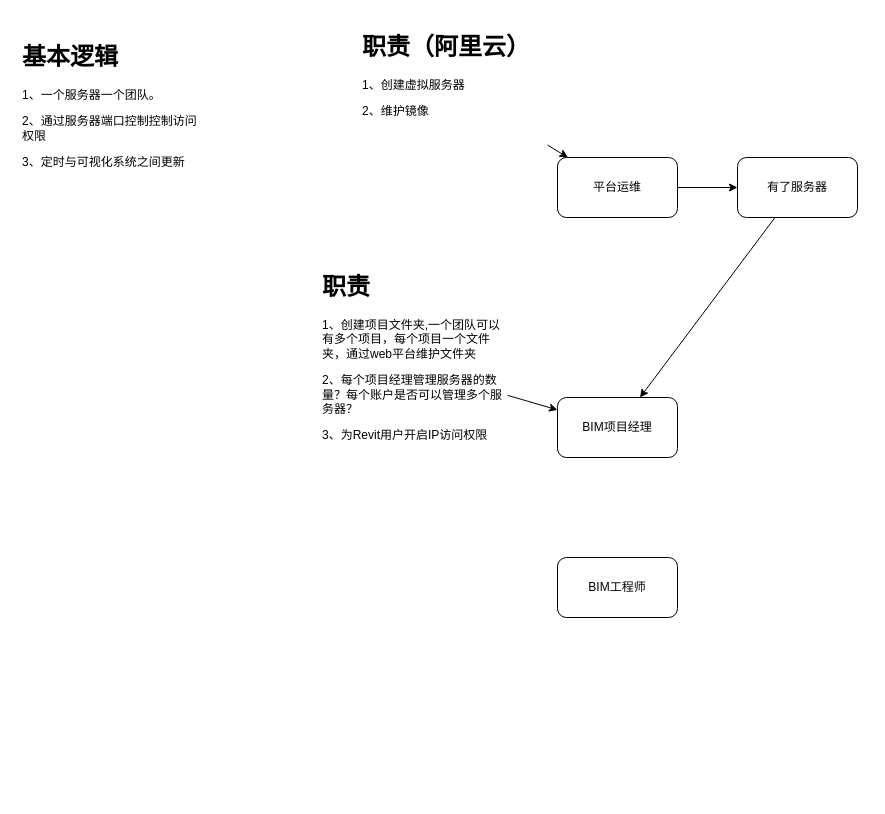
Earlier version of the draw.io diagram RevitServer+Forge管理.drawio (gaochaowyq/MinderGraph). Source tidied: cells renumbered, new cells numbered last; positions are measured from the earlier drawing's top-left corner, leaving out a move shared by most shapes. Both pictures are drawn from the tidied source at 100%, with x=0, y=0 at pixel (17, 27).
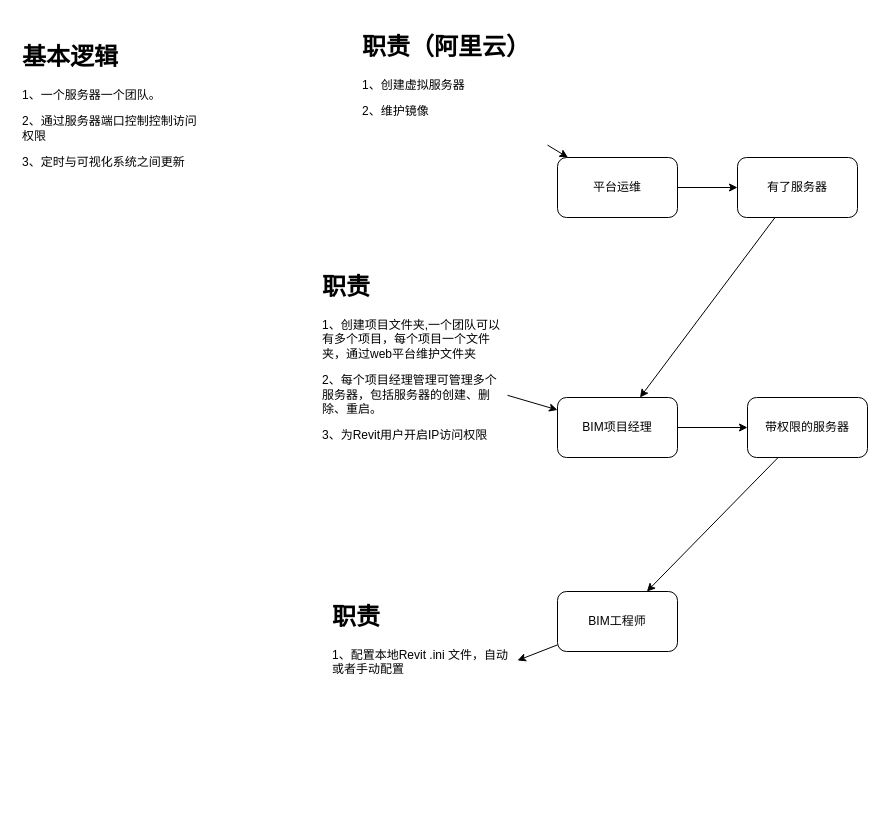
The same diagram, later.

The edit, as a diff of the source:
```diff
@@
 <mxGraphModel>
   <root>
     <mxCell id="0" />
     <mxCell id="1" parent="0" />
+    <mxCell id="13" style="edgeStyle=orthogonalEdgeStyle;rounded=0;jettySize=auto;html=1;" parent="1" edge="1" source="2" target="16">
+      <mxGeometry relative="1" as="geometry" />
+    </mxCell>
     <mxCell id="2" value="BIM项目经理" style="rounded=1;whiteSpace=wrap;html=1;" parent="1" vertex="1">
       <mxGeometry x="540" y="370" width="120" height="60" as="geometry" />
     </mxCell>
+    <mxCell id="14" style="rounded=0;jettySize=auto;html=1;" parent="1" edge="1" source="3" target="17">
+      <mxGeometry relative="1" as="geometry" />
+    </mxCell>
     <mxCell id="3" value="BIM工程师" style="rounded=1;whiteSpace=wrap;html=1;" parent="1" vertex="1">
-      <mxGeometry x="540" y="530" width="120" height="60" as="geometry" />
+      <mxGeometry x="540" y="564" width="120" height="60" as="geometry" />
     </mxCell>
     <mxCell id="4" style="rounded=0;jettySize=auto;html=1;" parent="1" edge="1" source="5" target="2">
       <mxGeometry relative="1" as="geometry" />
     </mxCell>
-    <mxCell id="5" value="&lt;h1&gt;职责&lt;/h1&gt;&lt;p&gt;1、创建项目文件夹,一个团队可以有多个项目，每个项目一个文件夹，通过web平台维护文件夹&lt;/p&gt;&lt;p&gt;2、每个项目经理管理服务器的数量？每个账户是否可以管理多个服务器？&lt;/p&gt;&lt;p&gt;3、为Revit用户开启IP访问权限&lt;br&gt;&lt;/p&gt;" style="text;html=1;strokeColor=none;fillColor=none;spacing=5;spacingTop=-20;whiteSpace=wrap;overflow=hidden;rounded=0;" parent="1" vertex="1">
+    <mxCell id="5" value="&lt;h1&gt;职责&lt;/h1&gt;&lt;p&gt;1、创建项目文件夹,一个团队可以有多个项目，每个项目一个文件夹，通过web平台维护文件夹&lt;/p&gt;&lt;p&gt;2、每个项目经理管理可管理多个服务器，包括服务器的创建、删除、重启。&lt;/p&gt;&lt;p&gt;3、为Revit用户开启IP访问权限&lt;br&gt;&lt;/p&gt;" style="text;html=1;strokeColor=none;fillColor=none;spacing=5;spacingTop=-20;whiteSpace=wrap;overflow=hidden;rounded=0;" parent="1" vertex="1">
       <mxGeometry x="300" y="240" width="190" height="200" as="geometry" />
     </mxCell>
     <mxCell id="6" style="edgeStyle=orthogonalEdgeStyle;rounded=0;jettySize=auto;html=1;" parent="1" edge="1" source="7" target="11">
       <mxGeometry relative="1" as="geometry" />
     </mxCell>
     <mxCell id="7" value="平台运维" style="rounded=1;whiteSpace=wrap;html=1;" parent="1" vertex="1">
       <mxGeometry x="540" y="130" width="120" height="60" as="geometry" />
     </mxCell>
     <mxCell id="8" style="rounded=0;jettySize=auto;html=1;" parent="1" edge="1" source="9" target="7">
       <mxGeometry relative="1" as="geometry" />
     </mxCell>
     <mxCell id="9" value="&lt;h1&gt;职责（阿里云）&lt;/h1&gt;&lt;p&gt;1、创建虚拟服务器&lt;/p&gt;&lt;p&gt;2、维护镜像&lt;br&gt;&lt;/p&gt;" style="text;html=1;strokeColor=none;fillColor=none;spacing=5;spacingTop=-20;whiteSpace=wrap;overflow=hidden;rounded=0;" parent="1" vertex="1">
       <mxGeometry x="340" width="190" height="120" as="geometry" />
     </mxCell>
     <mxCell id="10" style="rounded=0;jettySize=auto;html=1;" parent="1" edge="1" source="11" target="2">
       <mxGeometry relative="1" as="geometry" />
     </mxCell>
     <mxCell id="11" value="有了服务器" style="rounded=1;whiteSpace=wrap;html=1;" parent="1" vertex="1">
       <mxGeometry x="720" y="130" width="120" height="60" as="geometry" />
     </mxCell>
     <mxCell id="12" value="&lt;h1&gt;基本逻辑&lt;br&gt;&lt;/h1&gt;&lt;p&gt;1、一个服务器一个团队。&lt;/p&gt;&lt;p&gt;2、通过服务器端口控制控制访问权限&lt;/p&gt;&lt;p&gt;3、定时与可视化系统之间更新&lt;br&gt;&lt;/p&gt;&lt;p&gt;&lt;br&gt;&lt;/p&gt;" style="text;html=1;strokeColor=none;fillColor=none;spacing=5;spacingTop=-20;whiteSpace=wrap;overflow=hidden;rounded=0;" parent="1" vertex="1">
       <mxGeometry y="10" width="190" height="150" as="geometry" />
     </mxCell>
+    <mxCell id="15" style="rounded=0;jettySize=auto;html=1;" parent="1" edge="1" source="16" target="3">
+      <mxGeometry relative="1" as="geometry" />
+    </mxCell>
+    <mxCell id="16" value="带权限的服务器" style="rounded=1;whiteSpace=wrap;html=1;" parent="1" vertex="1">
+      <mxGeometry x="730" y="370" width="120" height="60" as="geometry" />
+    </mxCell>
+    <mxCell id="17" value="&lt;h1&gt;职责&lt;/h1&gt;&lt;p&gt;1、配置本地Revit .ini 文件，自动或者手动配置&lt;br&gt;&lt;/p&gt;" style="text;html=1;strokeColor=none;fillColor=none;spacing=5;spacingTop=-20;whiteSpace=wrap;overflow=hidden;rounded=0;" parent="1" vertex="1">
+      <mxGeometry x="310" y="570" width="190" height="200" as="geometry" />
+    </mxCell>
   </root>
 </mxGraphModel>
```
